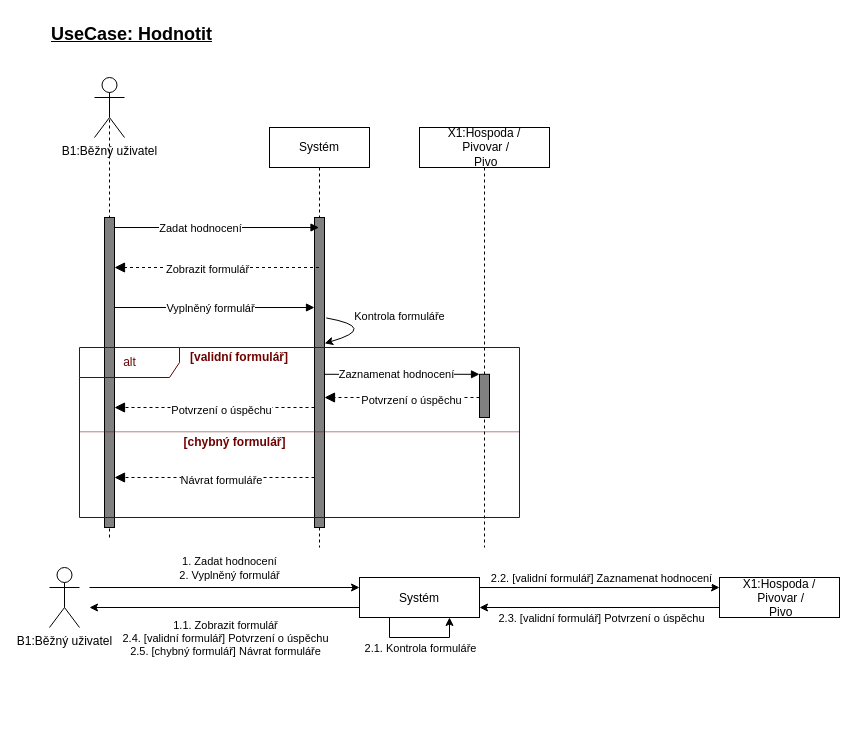
Before: page "Hodnocení" (4 of 12) of IUS/IUS_projekt/Sequence.drawio in dan1235689/Diagrams, a draw.io diagram. Source tidied: cells renumbered, new cells numbered last; positions are measured from the earlier drawing's top-left corner, leaving out a move shared by most shapes. Both pictures are drawn from the tidied source at 100%, with x=0, y=0 at pixel (49, 17).
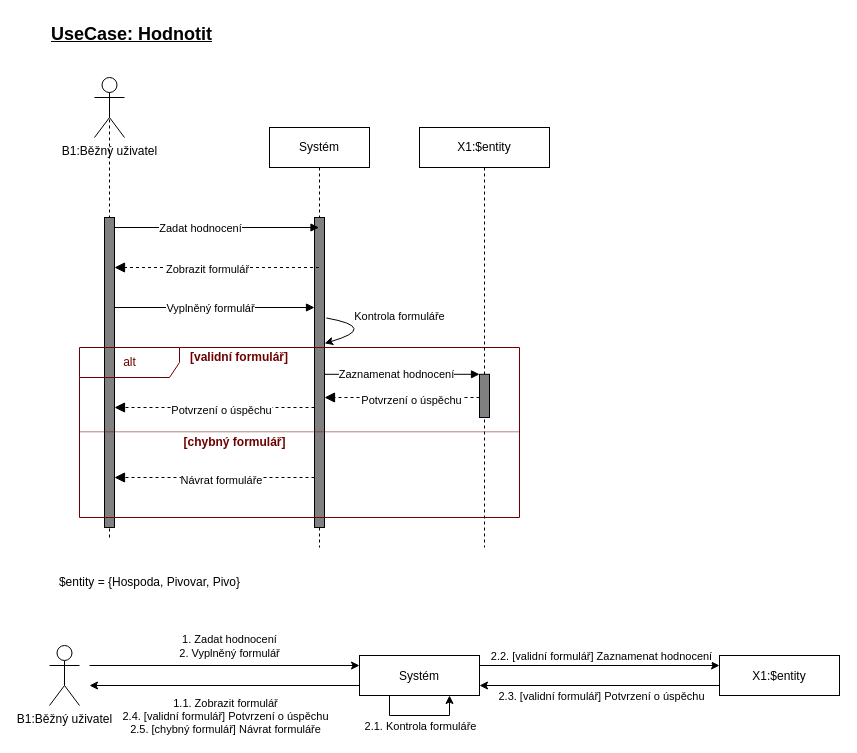
After the change.

The edit, as a diff of the source:
```diff
@@
-    <mxCell id="18" value="X1:Hospoda&amp;nbsp;/&lt;br&gt;&amp;nbsp;Pivovar /&lt;br&gt;&amp;nbsp;Pivo" style="shape=umlLifeline;perimeter=lifelinePerimeter;whiteSpace=wrap;html=1;" parent="1" vertex="1">
+    <mxCell id="18" value="&lt;span style=&quot;&quot;&gt;X1:$entity&lt;/span&gt;" style="shape=umlLifeline;perimeter=lifelinePerimeter;whiteSpace=wrap;html=1;" parent="1" vertex="1">
       <mxGeometry x="370" y="110" width="130" height="420" as="geometry" />
     </mxCell>
@@
     <mxCell id="27" style="edgeStyle=orthogonalEdgeStyle;rounded=0;jettySize=auto;html=1;exitX=0;exitY=0.75;exitDx=0;exitDy=0;" parent="1" edge="1" source="28">
       <mxGeometry relative="1" as="geometry">
-        <mxPoint x="40" y="590" as="targetPoint" />
+        <mxPoint x="40" y="668" as="targetPoint" />
       </mxGeometry>
     </mxCell>
     <mxCell id="28" value="Systém" style="fontStyle=0;" parent="1" vertex="1">
-      <mxGeometry x="310" y="560" width="120" height="40" as="geometry" />
+      <mxGeometry x="310" y="638" width="120" height="40" as="geometry" />
     </mxCell>
@@
-    <mxCell id="30" value="X1:Hospoda /&#10; Pivovar /&#10; Pivo" style="fontStyle=0;" parent="1" vertex="1">
-      <mxGeometry x="670" y="560" width="120" height="40" as="geometry" />
+    <mxCell id="30" value="X1:$entity" style="fontStyle=0;" parent="1" vertex="1">
+      <mxGeometry x="670" y="638" width="120" height="40" as="geometry" />
     </mxCell>
     <mxCell id="31" style="edgeStyle=none;html=1;entryX=0;entryY=0.25;entryDx=0;entryDy=0;" parent="1" edge="1" target="28">
       <mxGeometry relative="1" as="geometry">
-        <mxPoint x="40" y="570" as="sourcePoint" />
+        <mxPoint x="40" y="648" as="sourcePoint" />
       </mxGeometry>
     </mxCell>
@@
     <mxCell id="34" value="B1:Běžný uživatel" style="shape=umlActor;verticalLabelPosition=bottom;verticalAlign=top;html=1;" parent="1" vertex="1">
-      <mxGeometry y="550" width="30" height="60" as="geometry" />
+      <mxGeometry y="628" width="30" height="60" as="geometry" />
     </mxCell>
@@
+    <mxCell id="44" value="$entity = {Hospoda,&amp;nbsp;Pivovar,&amp;nbsp;Pivo}" style="text;html=1;align=center;verticalAlign=middle;strokeColor=none;fillColor=none;" parent="1" vertex="1">
+      <mxGeometry y="550" width="200" height="30" as="geometry" />
+    </mxCell>
```
